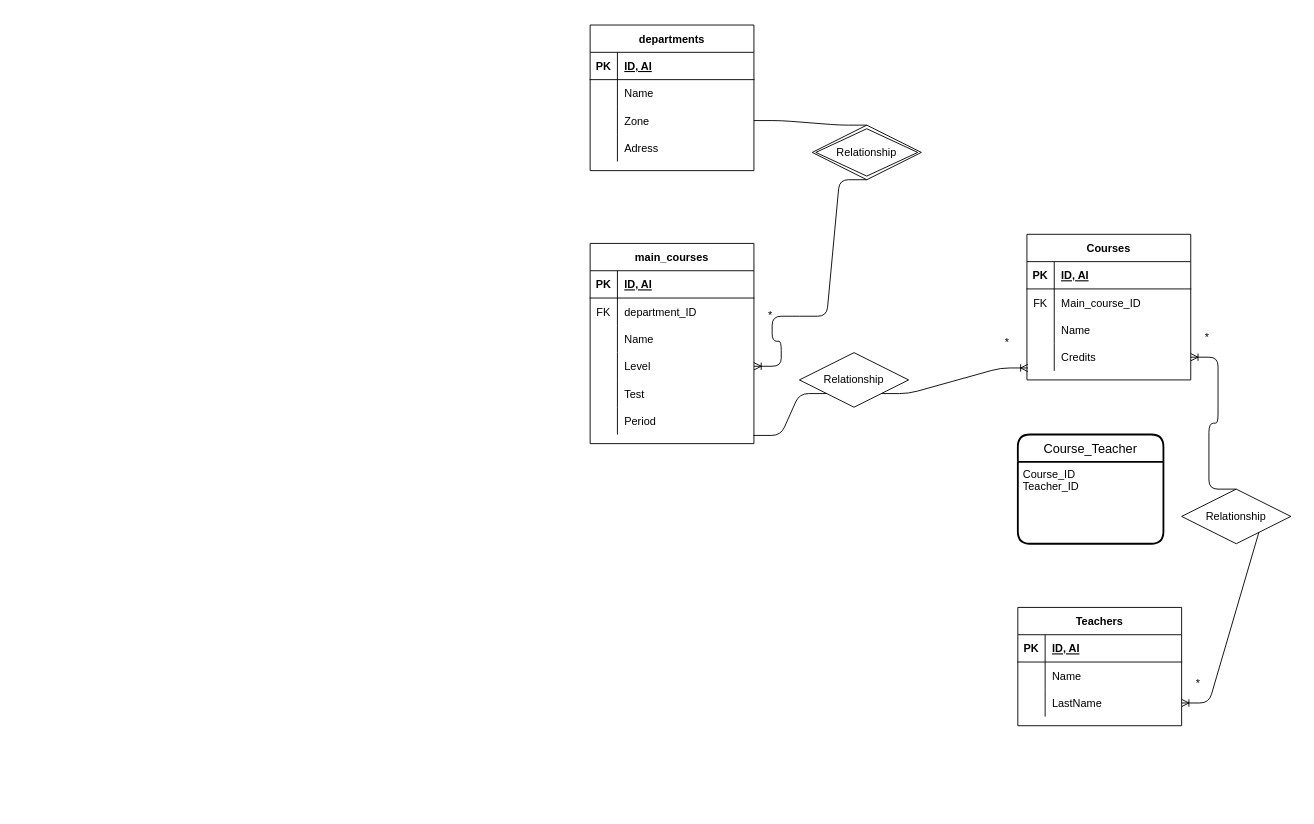
Before: db.drawio in Vale2197/db-university, a draw.io diagram. Source tidied: cells renumbered, new cells numbered last; positions are measured from the earlier drawing's top-left corner, leaving out a move shared by most shapes. Both pictures are drawn from the tidied source at 91%, with x=0, y=0 at pixel (590, 25).
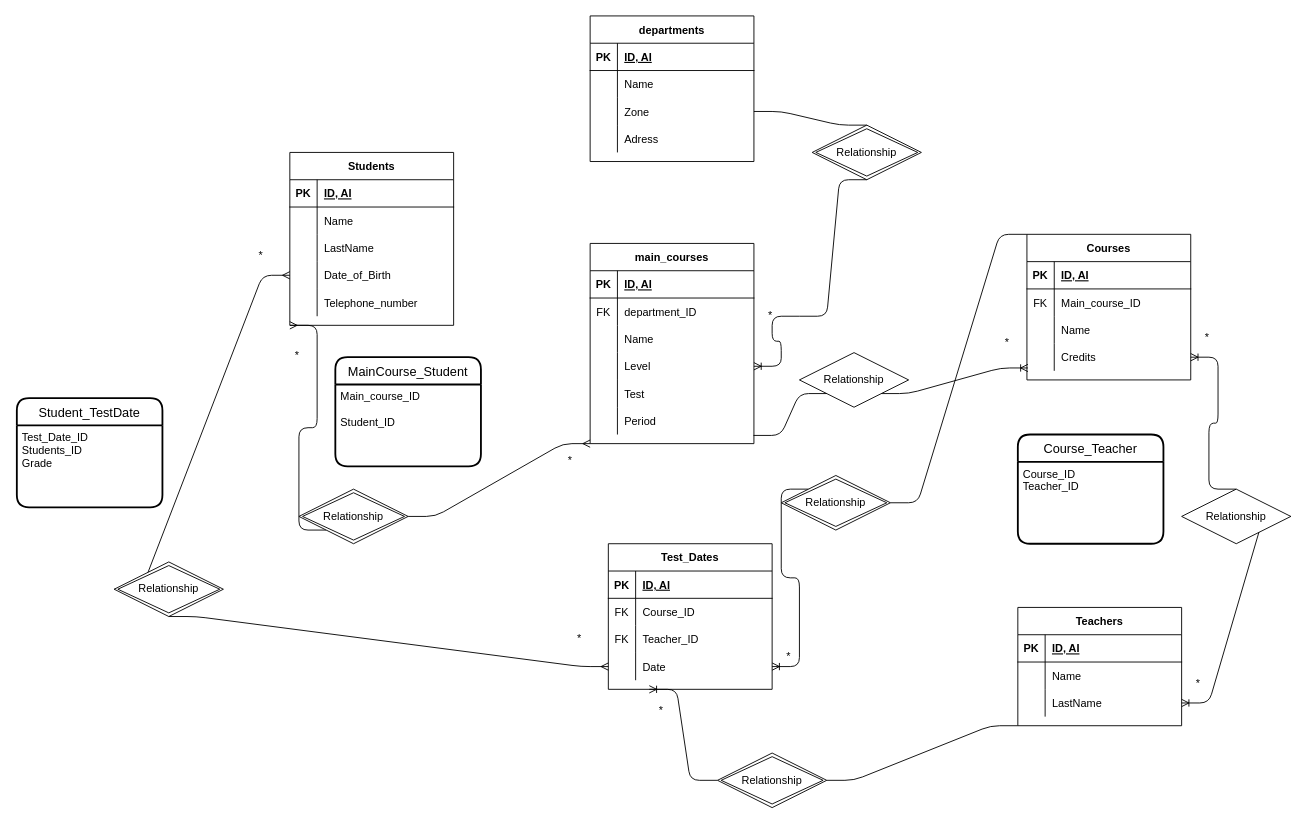
The same page after the edit.

Commit message (it also covers changes not shown here):
completata struttura tabelle e relazioni

Unchanged cells that the change refers to:
```xml
<mxCell id="15" value="main_courses" style="shape=table;startSize=30;childLayout=tableLayout;rowLines=0;fontStyle=1;align=center;" parent="1" vertex="1">
  <mxGeometry y="240" width="180" height="220" as="geometry" />
</mxCell>
<mxCell id="34" value="Courses" style="shape=table;startSize=30;childLayout=tableLayout;rowLines=0;fontStyle=1;align=center;" parent="1" vertex="1">
  <mxGeometry x="480" y="230" width="180" height="160" as="geometry" />
</mxCell>
<mxCell id="47" value="Teachers" style="shape=table;startSize=30;childLayout=tableLayout;rowLines=0;fontStyle=1;align=center;" parent="1" vertex="1">
  <mxGeometry x="470" y="640" width="180" height="130" as="geometry" />
</mxCell>
```

Change to the diagram source:
```diff
@@
     <mxCell id="2" value="departments" style="shape=table;startSize=30;childLayout=tableLayout;rowLines=0;fontStyle=1;align=center;" parent="1" vertex="1">
-      <mxGeometry width="180" height="160" as="geometry" />
+      <mxGeometry y="-10" width="180" height="160" as="geometry" />
     </mxCell>
@@
+    <mxCell id="73" value="Test_Dates" style="shape=table;startSize=30;childLayout=tableLayout;rowLines=0;fontStyle=1;align=center;" parent="1" vertex="1">
+      <mxGeometry x="20" y="570" width="180" height="160" as="geometry" />
+    </mxCell>
+    <mxCell id="74" style="shape=partialRectangle;fillColor=none;top=0;left=0;bottom=1;right=0;" parent="73" vertex="1">
+      <mxGeometry y="30" width="180" height="30" as="geometry" />
+    </mxCell>
+    <mxCell id="75" value="PK" style="shape=partialRectangle;fillColor=none;top=0;left=0;bottom=0;right=0;fontStyle=1;overflow=hidden;" parent="74" vertex="1">
+      <mxGeometry width="30" height="30" as="geometry" />
+    </mxCell>
+    <mxCell id="76" value="ID, AI" style="shape=partialRectangle;fillColor=none;top=0;left=0;bottom=0;right=0;align=left;spacingLeft=6;fontStyle=5;overflow=hidden;" parent="74" vertex="1">
+      <mxGeometry x="30" width="150" height="30" as="geometry" />
+    </mxCell>
+    <mxCell id="77" style="shape=partialRectangle;fillColor=none;top=0;left=0;bottom=0;right=0;" parent="73" vertex="1">
+      <mxGeometry y="60" width="180" height="30" as="geometry" />
+    </mxCell>
+    <mxCell id="78" value="FK" style="shape=partialRectangle;fillColor=none;top=0;left=0;bottom=0;right=0;overflow=hidden;" parent="77" vertex="1">
+      <mxGeometry width="30" height="30" as="geometry" />
+    </mxCell>
+    <mxCell id="79" value="Course_ID" style="shape=partialRectangle;fillColor=none;top=0;left=0;bottom=0;right=0;align=left;spacingLeft=6;overflow=hidden;" parent="77" vertex="1">
+      <mxGeometry x="30" width="150" height="30" as="geometry" />
+    </mxCell>
+    <mxCell id="80" style="shape=partialRectangle;fillColor=none;top=0;left=0;bottom=0;right=0;" parent="73" vertex="1">
+      <mxGeometry y="90" width="180" height="30" as="geometry" />
+    </mxCell>
+    <mxCell id="81" value="FK" style="shape=partialRectangle;fillColor=none;top=0;left=0;bottom=0;right=0;overflow=hidden;" parent="80" vertex="1">
+      <mxGeometry width="30" height="30" as="geometry" />
+    </mxCell>
+    <mxCell id="82" value="Teacher_ID" style="shape=partialRectangle;fillColor=none;top=0;left=0;bottom=0;right=0;align=left;spacingLeft=6;overflow=hidden;" parent="80" vertex="1">
+      <mxGeometry x="30" width="150" height="30" as="geometry" />
+    </mxCell>
+    <mxCell id="83" style="shape=partialRectangle;fillColor=none;top=0;left=0;bottom=0;right=0;points=[[0,0.5],[1,0.5]];portConstraint=eastwest;" parent="73" vertex="1">
+      <mxGeometry y="120" width="180" height="30" as="geometry" />
+    </mxCell>
+    <mxCell id="84" style="shape=partialRectangle;fillColor=none;top=0;left=0;bottom=0;right=0;overflow=hidden;" parent="83" vertex="1">
+      <mxGeometry width="30" height="30" as="geometry" />
+    </mxCell>
+    <mxCell id="85" value="Date" style="shape=partialRectangle;fillColor=none;top=0;left=0;bottom=0;right=0;align=left;spacingLeft=6;overflow=hidden;" parent="83" vertex="1">
+      <mxGeometry x="30" width="150" height="30" as="geometry" />
+    </mxCell>
+    <mxCell id="86" style="edgeStyle=entityRelationEdgeStyle;fontSize=12;html=1;endArrow=ERoneToMany;exitX=0;exitY=0;exitDx=0;exitDy=0;entryX=1;entryY=0.5;entryDx=0;entryDy=0;startArrow=none;" parent="1" edge="1" source="87" target="83">
+      <mxGeometry relative="1" as="geometry" />
+    </mxCell>
+    <mxCell id="87" value="Relationship" style="shape=rhombus;double=1;perimeter=rhombusPerimeter;whiteSpace=wrap;html=1;align=center;" parent="1" vertex="1">
+      <mxGeometry x="210" y="495" width="120" height="60" as="geometry" />
+    </mxCell>
+    <mxCell id="88" style="edgeStyle=entityRelationEdgeStyle;fontSize=12;html=1;endArrow=none;exitX=0;exitY=0;exitDx=0;exitDy=0;entryX=1;entryY=0.5;entryDx=0;entryDy=0;" parent="1" edge="1" source="34" target="87">
+      <mxGeometry relative="1" as="geometry" />
+    </mxCell>
+    <mxCell id="89" style="edgeStyle=entityRelationEdgeStyle;fontSize=12;html=1;endArrow=ERoneToMany;exitX=0;exitY=0.5;exitDx=0;exitDy=0;entryX=0.25;entryY=1;entryDx=0;entryDy=0;startArrow=none;" parent="1" edge="1" source="90" target="73">
+      <mxGeometry relative="1" as="geometry" />
+    </mxCell>
+    <mxCell id="90" value="Relationship" style="shape=rhombus;double=1;perimeter=rhombusPerimeter;whiteSpace=wrap;html=1;align=center;" parent="1" vertex="1">
+      <mxGeometry x="140" y="800" width="120" height="60" as="geometry" />
+    </mxCell>
+    <mxCell id="91" style="edgeStyle=entityRelationEdgeStyle;fontSize=12;html=1;endArrow=none;exitX=0;exitY=1;exitDx=0;exitDy=0;entryX=1;entryY=0.5;entryDx=0;entryDy=0;" parent="1" edge="1" source="47" target="90">
+      <mxGeometry relative="1" as="geometry" />
+    </mxCell>
+    <mxCell id="92" value="*" style="text;strokeColor=none;fillColor=none;spacingLeft=4;spacingRight=4;overflow=hidden;fontSize=12;" parent="1" vertex="1">
+      <mxGeometry x="70" y="740" width="20" height="30" as="geometry" />
+    </mxCell>
+    <mxCell id="93" value="*" style="text;strokeColor=none;fillColor=none;spacingLeft=4;spacingRight=4;overflow=hidden;fontSize=12;" parent="1" vertex="1">
+      <mxGeometry x="210" y="680" width="20" height="30" as="geometry" />
+    </mxCell>
+    <mxCell id="94" value="Students" style="shape=table;startSize=30;childLayout=tableLayout;rowLines=0;fontStyle=1;align=center;" parent="1" vertex="1">
+      <mxGeometry x="-330" y="140" width="180" height="190" as="geometry" />
+    </mxCell>
+    <mxCell id="95" style="shape=partialRectangle;fillColor=none;top=0;left=0;bottom=1;right=0;" parent="94" vertex="1">
+      <mxGeometry y="30" width="180" height="30" as="geometry" />
+    </mxCell>
+    <mxCell id="96" value="PK" style="shape=partialRectangle;fillColor=none;top=0;left=0;bottom=0;right=0;fontStyle=1;overflow=hidden;" parent="95" vertex="1">
+      <mxGeometry width="30" height="30" as="geometry" />
+    </mxCell>
+    <mxCell id="97" value="ID, AI" style="shape=partialRectangle;fillColor=none;top=0;left=0;bottom=0;right=0;align=left;spacingLeft=6;fontStyle=5;overflow=hidden;" parent="95" vertex="1">
+      <mxGeometry x="30" width="150" height="30" as="geometry" />
+    </mxCell>
+    <mxCell id="98" style="shape=partialRectangle;fillColor=none;top=0;left=0;bottom=0;right=0;" parent="94" vertex="1">
+      <mxGeometry y="60" width="180" height="30" as="geometry" />
+    </mxCell>
+    <mxCell id="99" style="shape=partialRectangle;fillColor=none;top=0;left=0;bottom=0;right=0;overflow=hidden;" parent="98" vertex="1">
+      <mxGeometry width="30" height="30" as="geometry" />
+    </mxCell>
+    <mxCell id="100" value="Name" style="shape=partialRectangle;fillColor=none;top=0;left=0;bottom=0;right=0;align=left;spacingLeft=6;overflow=hidden;" parent="98" vertex="1">
+      <mxGeometry x="30" width="150" height="30" as="geometry" />
+    </mxCell>
+    <mxCell id="101" style="shape=partialRectangle;fillColor=none;top=0;left=0;bottom=0;right=0;" parent="94" vertex="1">
+      <mxGeometry y="90" width="180" height="30" as="geometry" />
+    </mxCell>
+    <mxCell id="102" style="shape=partialRectangle;fillColor=none;top=0;left=0;bottom=0;right=0;overflow=hidden;" parent="101" vertex="1">
+      <mxGeometry width="30" height="30" as="geometry" />
+    </mxCell>
+    <mxCell id="103" value="LastName" style="shape=partialRectangle;fillColor=none;top=0;left=0;bottom=0;right=0;align=left;spacingLeft=6;overflow=hidden;" parent="101" vertex="1">
+      <mxGeometry x="30" width="150" height="30" as="geometry" />
+    </mxCell>
+    <mxCell id="104" style="shape=partialRectangle;fillColor=none;top=0;left=0;bottom=0;right=0;points=[[0,0.5],[1,0.5]];portConstraint=eastwest;" parent="94" vertex="1">
+      <mxGeometry y="120" width="180" height="30" as="geometry" />
+    </mxCell>
+    <mxCell id="105" style="shape=partialRectangle;fillColor=none;top=0;left=0;bottom=0;right=0;overflow=hidden;" parent="104" vertex="1">
+      <mxGeometry width="30" height="30" as="geometry" />
+    </mxCell>
+    <mxCell id="106" value="Date_of_Birth" style="shape=partialRectangle;fillColor=none;top=0;left=0;bottom=0;right=0;align=left;spacingLeft=6;overflow=hidden;" parent="104" vertex="1">
+      <mxGeometry x="30" width="150" height="30" as="geometry" />
+    </mxCell>
+    <mxCell id="107" style="shape=partialRectangle;fillColor=none;top=0;left=0;bottom=0;right=0;" parent="94" vertex="1">
+      <mxGeometry y="150" width="180" height="30" as="geometry" />
+    </mxCell>
+    <mxCell id="108" style="shape=partialRectangle;fillColor=none;top=0;left=0;bottom=0;right=0;overflow=hidden;" parent="107" vertex="1">
+      <mxGeometry width="30" height="30" as="geometry" />
+    </mxCell>
+    <mxCell id="109" value="Telephone_number" style="shape=partialRectangle;fillColor=none;top=0;left=0;bottom=0;right=0;align=left;spacingLeft=6;overflow=hidden;" parent="107" vertex="1">
+      <mxGeometry x="30" width="150" height="30" as="geometry" />
+    </mxCell>
+    <mxCell id="110" style="edgeStyle=entityRelationEdgeStyle;fontSize=12;html=1;endArrow=ERmany;startArrow=none;entryX=0;entryY=1;entryDx=0;entryDy=0;exitX=0;exitY=1;exitDx=0;exitDy=0;" parent="1" edge="1" source="111" target="94">
+      <mxGeometry relative="1" as="geometry" />
+    </mxCell>
+    <mxCell id="111" value="Relationship" style="shape=rhombus;double=1;perimeter=rhombusPerimeter;whiteSpace=wrap;html=1;align=center;" parent="1" vertex="1">
+      <mxGeometry x="-320" y="510" width="120" height="60" as="geometry" />
+    </mxCell>
+    <mxCell id="112" style="edgeStyle=entityRelationEdgeStyle;fontSize=12;html=1;endArrow=none;startArrow=ERmany;entryX=1;entryY=0.5;entryDx=0;entryDy=0;exitX=0;exitY=1;exitDx=0;exitDy=0;" parent="1" edge="1" source="15" target="111">
+      <mxGeometry relative="1" as="geometry" />
+    </mxCell>
+    <mxCell id="113" value="*" style="text;strokeColor=none;fillColor=none;spacingLeft=4;spacingRight=4;overflow=hidden;fontSize=12;" parent="1" vertex="1">
+      <mxGeometry x="-330" y="350" width="20" height="30" as="geometry" />
+    </mxCell>
+    <mxCell id="114" value="*" style="text;strokeColor=none;fillColor=none;spacingLeft=4;spacingRight=4;overflow=hidden;fontSize=12;" parent="1" vertex="1">
+      <mxGeometry x="-30" y="465" width="20" height="30" as="geometry" />
+    </mxCell>
+    <mxCell id="115" value="MainCourse_Student" style="swimlane;horizontal=1;startSize=30;rounded=1;fontSize=14;fontStyle=0;strokeWidth=2;shadow=0;dashed=0;align=center;" parent="1" vertex="1">
+      <mxGeometry x="-280" y="365" width="160" height="120" as="geometry" />
+    </mxCell>
+    <mxCell id="116" value="Main_course_ID&#10;&#10;Student_ID" style="align=left;strokeColor=none;fillColor=none;spacingLeft=4;fontSize=12;verticalAlign=top;" parent="115" vertex="1">
+      <mxGeometry y="30" width="160" height="90" as="geometry" />
+    </mxCell>
+    <mxCell id="117" style="edgeStyle=entityRelationEdgeStyle;fontSize=12;html=1;endArrow=ERmany;startArrow=none;entryX=0;entryY=0.5;entryDx=0;entryDy=0;exitX=0;exitY=0.5;exitDx=0;exitDy=0;" parent="1" edge="1" source="118" target="104">
+      <mxGeometry relative="1" as="geometry" />
+    </mxCell>
+    <mxCell id="118" value="Relationship" style="shape=rhombus;double=1;perimeter=rhombusPerimeter;whiteSpace=wrap;html=1;align=center;" parent="1" vertex="1">
+      <mxGeometry x="-523" y="590" width="120" height="60" as="geometry" />
+    </mxCell>
+    <mxCell id="119" style="edgeStyle=entityRelationEdgeStyle;fontSize=12;html=1;endArrow=none;startArrow=ERmany;entryX=0.5;entryY=1;entryDx=0;entryDy=0;exitX=0;exitY=0.5;exitDx=0;exitDy=0;" parent="1" edge="1" source="83" target="118">
+      <mxGeometry relative="1" as="geometry" />
+    </mxCell>
+    <mxCell id="120" value="Student_TestDate" style="swimlane;horizontal=1;startSize=30;rounded=1;fontSize=14;fontStyle=0;strokeWidth=2;shadow=0;dashed=0;align=center;" parent="1" vertex="1">
+      <mxGeometry x="-630" y="410" width="160" height="120" as="geometry" />
+    </mxCell>
+    <mxCell id="121" value="Test_Date_ID&#10;Students_ID&#10;Grade   " style="align=left;strokeColor=none;fillColor=none;spacingLeft=4;fontSize=12;verticalAlign=top;" parent="120" vertex="1">
+      <mxGeometry y="30" width="160" height="90" as="geometry" />
+    </mxCell>
+    <mxCell id="122" value="*" style="text;strokeColor=none;fillColor=none;spacingLeft=4;spacingRight=4;overflow=hidden;fontSize=12;" parent="1" vertex="1">
+      <mxGeometry x="-20" y="660" width="30" height="30" as="geometry" />
+    </mxCell>
+    <mxCell id="123" value="*" style="text;strokeColor=none;fillColor=none;spacingLeft=4;spacingRight=4;overflow=hidden;fontSize=12;" parent="1" vertex="1">
+      <mxGeometry x="-370" y="240" width="30" height="30" as="geometry" />
+    </mxCell>
```
